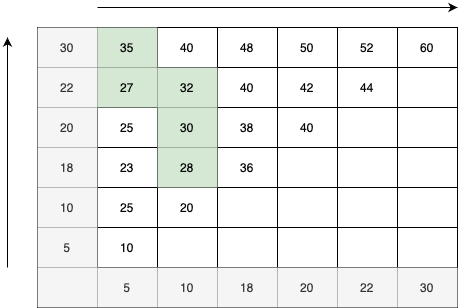
Above: resources/two_pointer.png in arorabharat/Leetcode (draw.io), before the change. Source tidied: cells renumbered, new cells last; positions are measured from the earlier drawing's top-left corner, leaving out a move shared by most shapes.
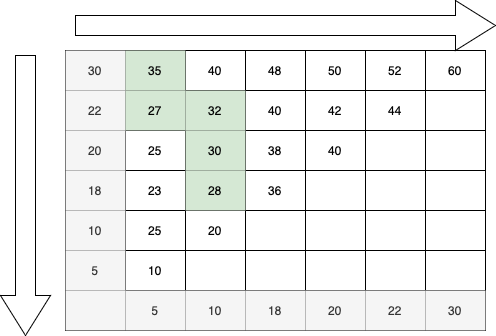
The same file after the commit.

Commit message:
Thu Jul 22 02:15:45 IST 2021

Change to the diagram source:
```diff
@@ -173,17 +173,11 @@
     <mxCell id="58" value="30" style="shape=partialRectangle;html=1;whiteSpace=wrap;overflow=hidden;fillColor=#f5f5f5;top=0;left=0;bottom=0;right=0;strokeColor=#666666;fontColor=#333333;" parent="51" vertex="1">
       <mxGeometry x="360" width="60" height="40" as="geometry" />
     </mxCell>
-    <mxCell id="59" style="endArrow=classic;html=1;" parent="1" edge="1">
-      <mxGeometry relative="1" as="geometry">
-        <mxPoint x="90" as="sourcePoint" />
-        <mxPoint x="450" as="targetPoint" />
-      </mxGeometry>
-    </mxCell>
-    <mxCell id="60" style="endArrow=classic;html=1;" parent="1" edge="1">
-      <mxGeometry relative="1" as="geometry">
-        <mxPoint y="260" as="sourcePoint" />
-        <mxPoint y="30" as="targetPoint" />
-      </mxGeometry>
-    </mxCell>
+    <mxCell id="61" style="html=1;shadow=0;dashed=0;align=center;verticalAlign=middle;shape=mxgraph.arrows2.arrow;dy=0.6;dx=40;notch=0;rotation=90;" parent="1" vertex="1">
+      <mxGeometry x="-150" y="140" width="280" height="50" as="geometry" />
+    </mxCell>
+    <mxCell id="62" style="html=1;shadow=0;dashed=0;align=center;verticalAlign=middle;shape=mxgraph.arrows2.arrow;dy=0.6;dx=40;notch=0;" parent="1" vertex="1">
+      <mxGeometry x="40" y="-30" width="420" height="50" as="geometry" />
+    </mxCell>
   </root>
 </mxGraphModel>
```
